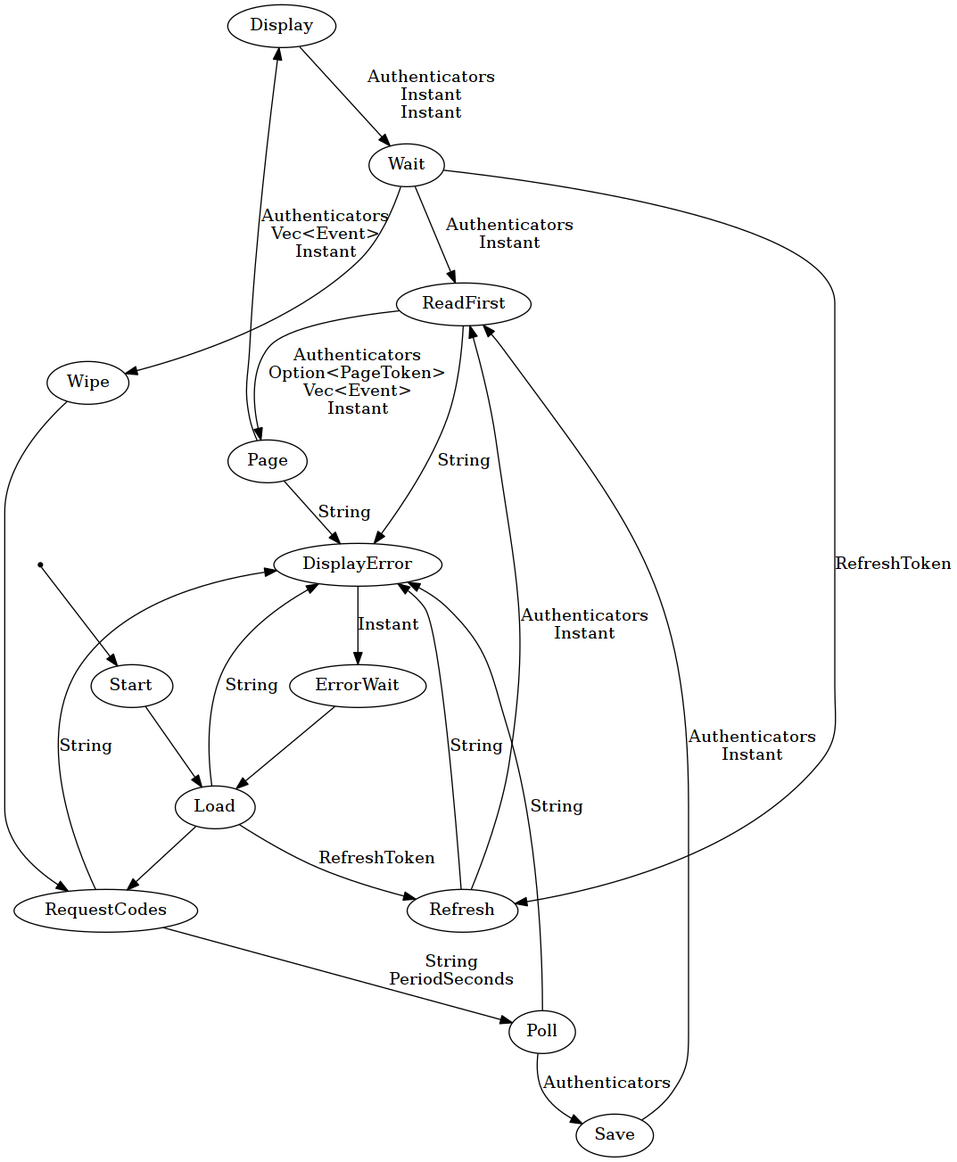
This is docs/cal_machine.png from kieranjwhite/calendar_mirror, a Graphviz export, as it was before one commit. Its source is kept beside it as docs/cal_machine.dot.
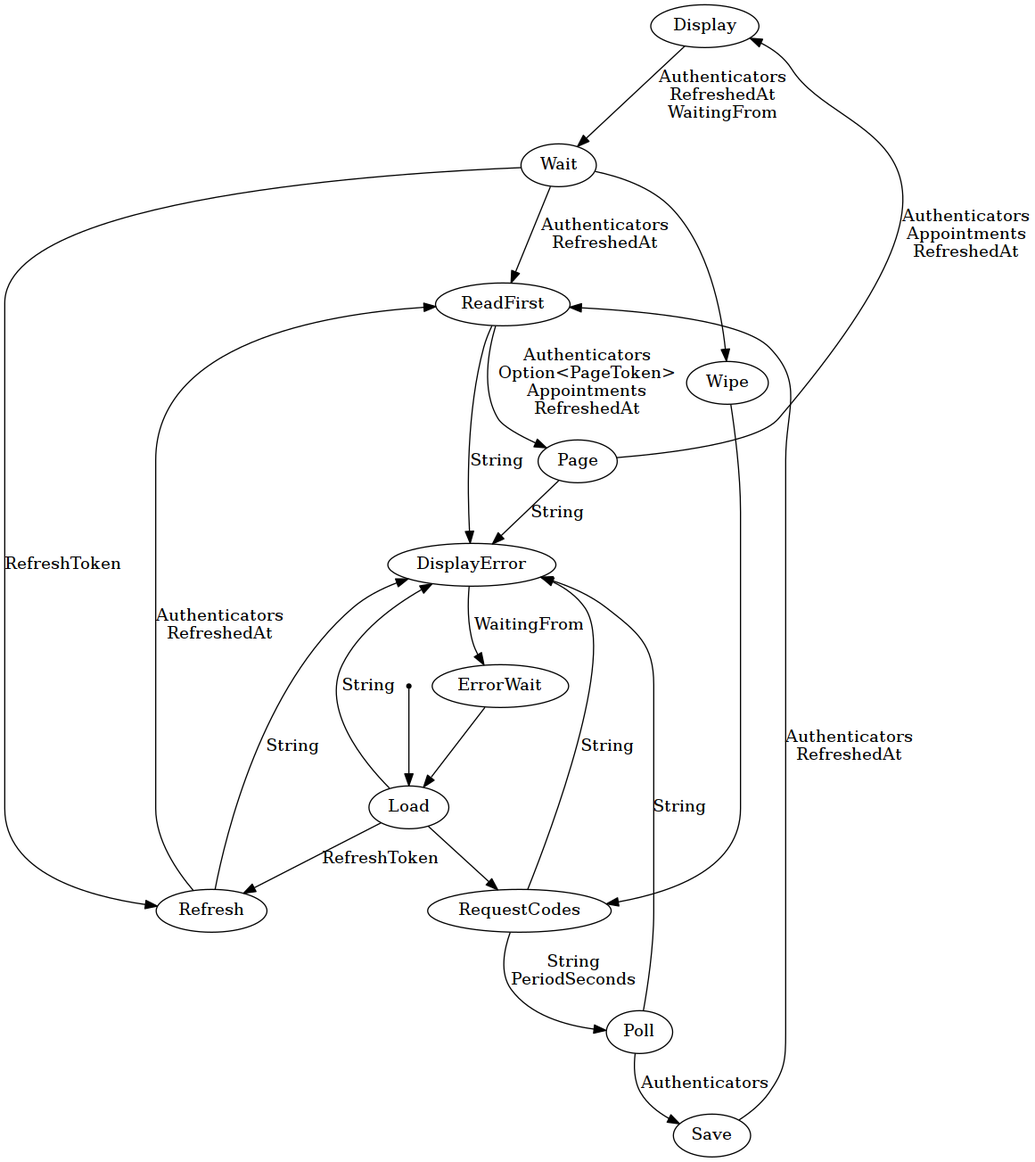
Later version of the same file.

Commit message:
stm! macro now allows the start state to be an accepting state. user's email is now displayed on page

Change to the diagram source:
```diff
@@ -9,21 +9,19 @@
     Refresh[label="Refresh"][shape="ellipse"];
     RequestCodes[label="RequestCodes"][shape="ellipse"];
     Save[label="Save"][shape="ellipse"];
-    Start[label="Start"][shape="ellipse"];
     Wait[label="Wait"][shape="ellipse"];
     Wipe[label="Wipe"][shape="ellipse"];
     _start[label="_start"][shape="point"];
-    _start -> Start[label=""];
-    DisplayError -> ErrorWait[label="Instant\n"];
-    Start -> Load[label=""];
+    _start -> Load[label=""];
     ErrorWait -> Load[label=""];
+    DisplayError -> ErrorWait[label="WaitingFrom\n"];
     Load -> RequestCodes[label=""];
     Wipe -> RequestCodes[label=""];
     Load -> Refresh[label="RefreshToken\n"];
     Wait -> Refresh[label="RefreshToken\n"];
-    Refresh -> ReadFirst[label="Authenticators\nInstant\n"];
-    Save -> ReadFirst[label="Authenticators\nInstant\n"];
-    Wait -> ReadFirst[label="Authenticators\nInstant\n"];
+    Refresh -> ReadFirst[label="Authenticators\nRefreshedAt\n"];
+    Save -> ReadFirst[label="Authenticators\nRefreshedAt\n"];
+    Wait -> ReadFirst[label="Authenticators\nRefreshedAt\n"];
     RequestCodes -> Poll[label="String\nPeriodSeconds\n"];
     Load -> DisplayError[label="String\n"];
     Page -> DisplayError[label="String\n"];
@@ -32,8 +30,8 @@
     Refresh -> DisplayError[label="String\n"];
     RequestCodes -> DisplayError[label="String\n"];
     Poll -> Save[label="Authenticators\n"];
-    ReadFirst -> Page[label="Authenticators\nOption<PageToken>\nVec<Event>\nInstant\n"];
-    Page -> Display[label="Authenticators\nVec<Event>\nInstant\n"];
-    Display -> Wait[label="Authenticators\nInstant\nInstant\n"];
+    ReadFirst -> Page[label="Authenticators\nOption<PageToken>\nAppointments\nRefreshedAt\n"];
+    Page -> Display[label="Authenticators\nAppointments\nRefreshedAt\n"];
+    Display -> Wait[label="Authenticators\nRefreshedAt\nWaitingFrom\n"];
     Wait -> Wipe[label=""];
 }
```
